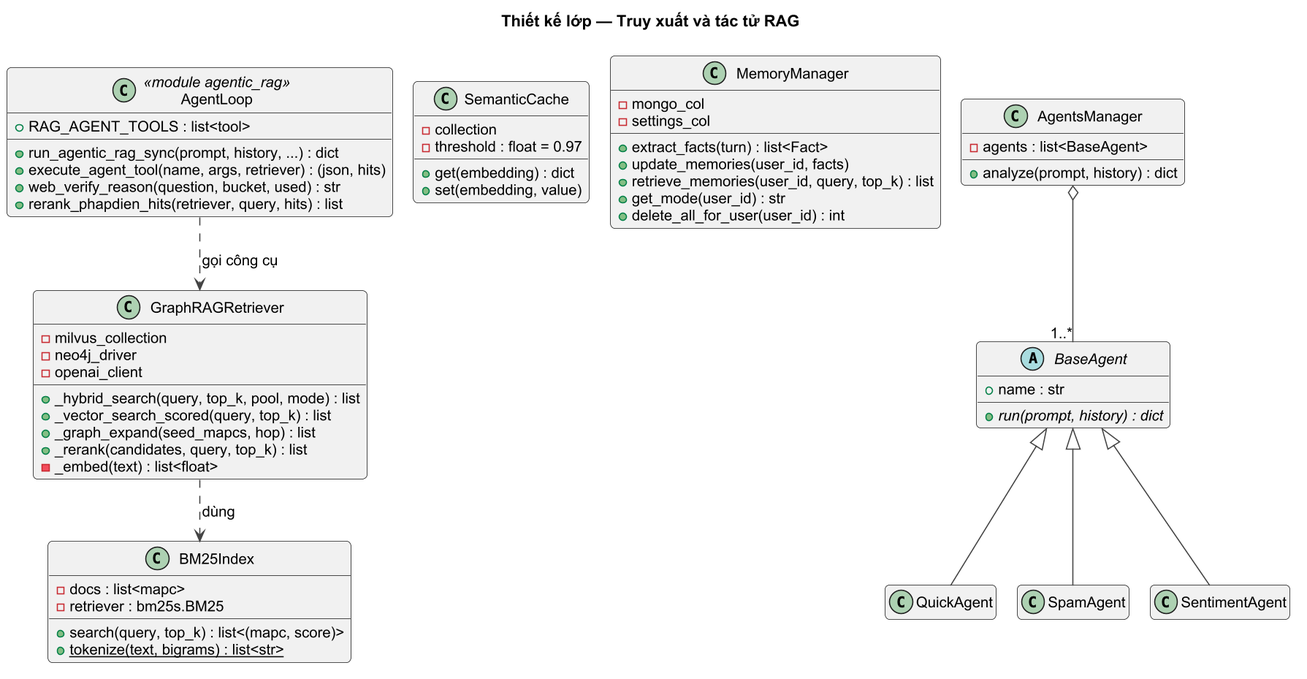
The PlantUML diagram docs/uml/png/CLS_RAG.png in hainguyen312/project2-chatbot-rag, before a commit. Its diagram source:
```plantuml
@startuml CLS_RAG
!pragma layout smetana
!include _style.iuml
title Thiết kế lớp — Truy xuất và tác tử RAG
hide empty members

class GraphRAGRetriever {
  - milvus_collection
  - neo4j_driver
  - openai_client
  + _hybrid_search(query, top_k, pool, mode) : list
  + _vector_search_scored(query, top_k) : list
  + _graph_expand(seed_mapcs, hop) : list
  + _rerank(candidates, query, top_k) : list
  - _embed(text) : list<float>
}

class BM25Index {
  - docs : list<mapc>
  - retriever : bm25s.BM25
  + search(query, top_k) : list<(mapc, score)>
  + {static} tokenize(text, bigrams) : list<str>
}

class AgentLoop <<module agentic_rag>> {
  + RAG_AGENT_TOOLS : list<tool>
  + run_agentic_rag_sync(prompt, history, ...) : dict
  + execute_agent_tool(name, args, retriever) : (json, hits)
  + web_verify_reason(question, bucket, used) : str
  + rerank_phapdien_hits(retriever, query, hits) : list
}

class SemanticCache {
  - collection
  - threshold : float = 0.97
  + get(embedding) : dict
  + set(embedding, value)
}

class MemoryManager {
  - mongo_col
  - settings_col
  + extract_facts(turn) : list<Fact>
  + update_memories(user_id, facts)
  + retrieve_memories(user_id, query, top_k) : list
  + get_mode(user_id) : str
  + delete_all_for_user(user_id) : int
}

class AgentsManager {
  - agents : list<BaseAgent>
  + analyze(prompt, history) : dict
}
abstract class BaseAgent {
  + name : str
  + {abstract} run(prompt, history) : dict
}
class QuickAgent
class SpamAgent
class SentimentAgent

GraphRAGRetriever ..> BM25Index : dùng
AgentLoop ..> GraphRAGRetriever : gọi công cụ
AgentsManager o-- "1..*" BaseAgent
BaseAgent <|-- QuickAgent
BaseAgent <|-- SpamAgent
BaseAgent <|-- SentimentAgent
@enduml
```
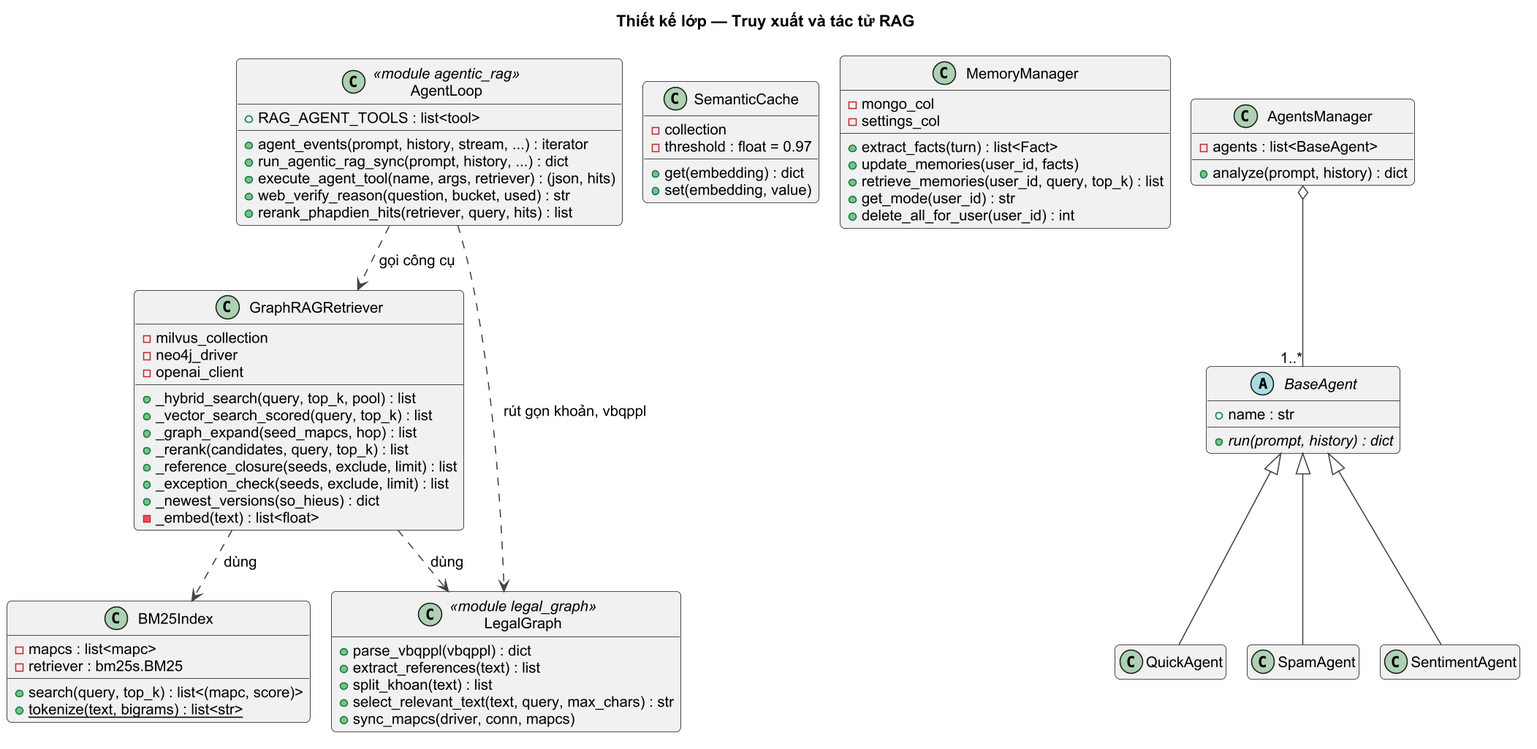
Later version of the same file.

The edit, as a diff of the source:
```diff
@@ -8,22 +8,34 @@
   - milvus_collection
   - neo4j_driver
   - openai_client
-  + _hybrid_search(query, top_k, pool, mode) : list
+  + _hybrid_search(query, top_k, pool) : list
   + _vector_search_scored(query, top_k) : list
   + _graph_expand(seed_mapcs, hop) : list
   + _rerank(candidates, query, top_k) : list
+  + _reference_closure(seeds, exclude, limit) : list
+  + _exception_check(seeds, exclude, limit) : list
+  + _newest_versions(so_hieus) : dict
   - _embed(text) : list<float>
 }
 
 class BM25Index {
-  - docs : list<mapc>
+  - mapcs : list<mapc>
   - retriever : bm25s.BM25
   + search(query, top_k) : list<(mapc, score)>
   + {static} tokenize(text, bigrams) : list<str>
 }
 
+class LegalGraph <<module legal_graph>> {
+  + parse_vbqppl(vbqppl) : dict
+  + extract_references(text) : list
+  + split_khoan(text) : list
+  + select_relevant_text(text, query, max_chars) : str
+  + sync_mapcs(driver, conn, mapcs)
+}
+
 class AgentLoop <<module agentic_rag>> {
   + RAG_AGENT_TOOLS : list<tool>
+  + agent_events(prompt, history, stream, ...) : iterator
   + run_agentic_rag_sync(prompt, history, ...) : dict
   + execute_agent_tool(name, args, retriever) : (json, hits)
   + web_verify_reason(question, bucket, used) : str
@@ -60,7 +72,9 @@
 class SentimentAgent
 
 GraphRAGRetriever ..> BM25Index : dùng
+GraphRAGRetriever ..> LegalGraph : dùng
 AgentLoop ..> GraphRAGRetriever : gọi công cụ
+AgentLoop ..> LegalGraph : rút gọn khoản, vbqppl
 AgentsManager o-- "1..*" BaseAgent
 BaseAgent <|-- QuickAgent
 BaseAgent <|-- SpamAgent
```
